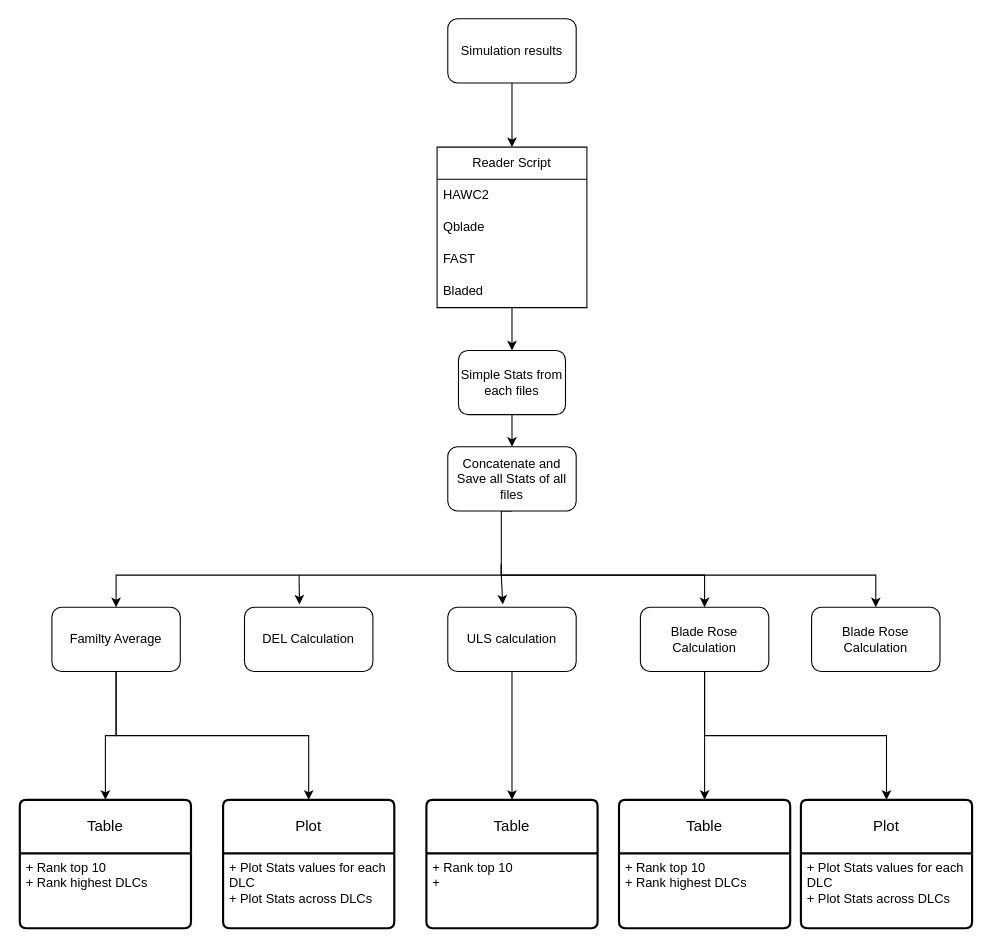
Above: docs/Load_Arena.drawio in arash7444/load-arena (draw.io), before the change. Source tidied: cells renumbered, new cells numbered last; positions are measured from the earlier drawing's top-left corner, leaving out a move shared by most shapes. Both pictures are drawn from the tidied source at 107%, with x=0, y=0 at pixel (19, 18).
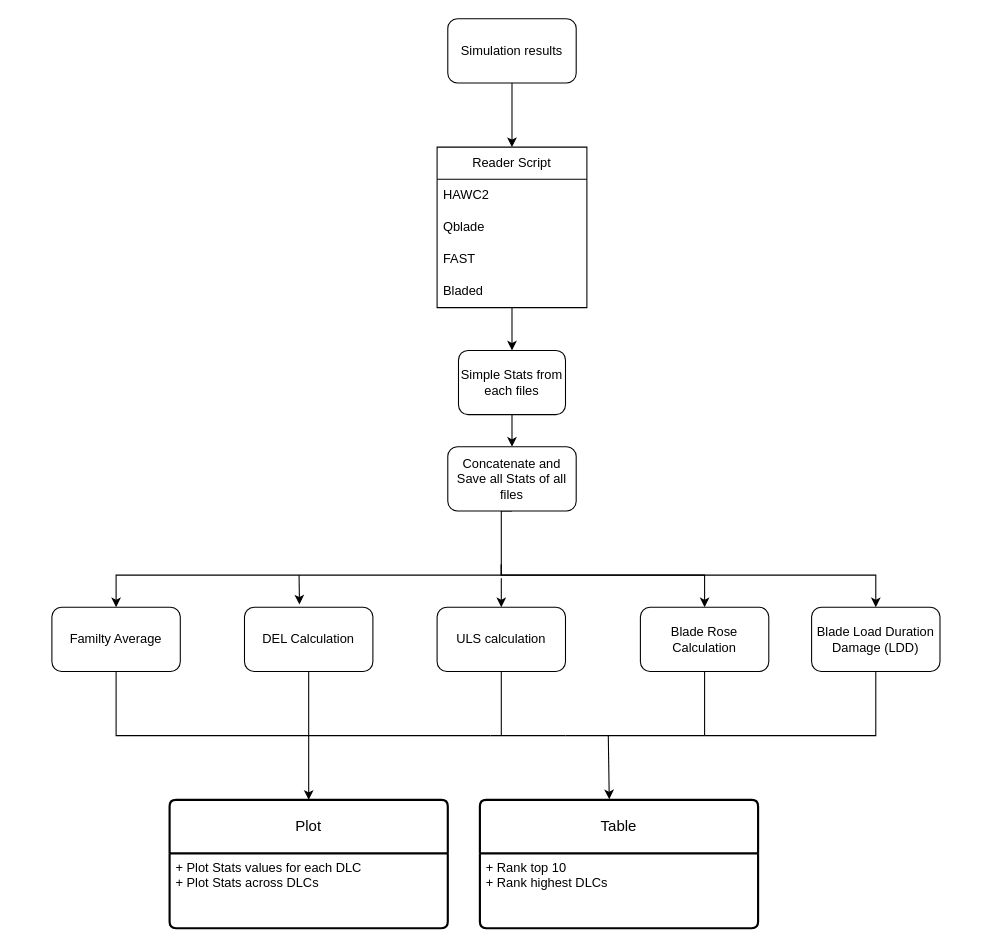
The same diagram, later.

Commit message (it also covers changes not shown here):
small changes in flowchart and data_reader folder

The change refers to these unchanged cells:
```xml
<mxCell id="18" value="Familty Average" style="rounded=1;whiteSpace=wrap;html=1;" parent="1" vertex="1">
  <mxGeometry x="30" y="550" width="120" height="60" as="geometry" />
</mxCell>
<mxCell id="19" value="DEL Calculation" style="rounded=1;whiteSpace=wrap;html=1;" parent="1" vertex="1">
  <mxGeometry x="210" y="550" width="120" height="60" as="geometry" />
</mxCell>
<mxCell id="26" value="Blade Rose Calculation" style="rounded=1;whiteSpace=wrap;html=1;" parent="1" vertex="1">
  <mxGeometry x="580" y="550" width="120" height="60" as="geometry" />
</mxCell>
```

What changed in the source:
```diff
@@
-    <mxCell id="17" style="edgeStyle=orthogonalEdgeStyle;rounded=0;jettySize=auto;html=1;exitX=0.5;exitY=1;exitDx=0;exitDy=0;" parent="1" edge="1" source="18" target="28">
-      <mxGeometry relative="1" as="geometry" />
-    </mxCell>
@@
-    <mxCell id="21" style="edgeStyle=orthogonalEdgeStyle;rounded=0;jettySize=auto;html=1;endArrow=classic;endFill=1;entryX=0.5;entryY=0;entryDx=0;entryDy=0;" parent="1" edge="1" source="22" target="30">
-      <mxGeometry relative="1" as="geometry" />
-    </mxCell>
     <mxCell id="22" value="ULS calculation" style="rounded=1;whiteSpace=wrap;html=1;" parent="1" vertex="1">
-      <mxGeometry x="400" y="550" width="120" height="60" as="geometry" />
+      <mxGeometry x="390" y="550" width="120" height="60" as="geometry" />
     </mxCell>
-    <mxCell id="23" style="endArrow=classic;html=1;rounded=0;entryX=0.428;entryY=-0.042;entryDx=0;entryDy=0;entryPerimeter=0;" parent="1" edge="1" target="22">
+    <mxCell id="23" style="endArrow=classic;html=1;rounded=0;" parent="1" edge="1">
       <mxGeometry relative="1" as="geometry">
-        <mxPoint x="450" y="520" as="sourcePoint" />
+        <mxPoint x="450" y="523" as="sourcePoint" />
+        <mxPoint x="450" y="550" as="targetPoint" />
       </mxGeometry>
     </mxCell>
-    <mxCell id="24" style="edgeStyle=orthogonalEdgeStyle;rounded=0;jettySize=auto;html=1;exitX=0.5;exitY=1;exitDx=0;exitDy=0;entryX=0.5;entryY=0;entryDx=0;entryDy=0;" parent="1" edge="1" source="26" target="34">
-      <mxGeometry relative="1" as="geometry" />
-    </mxCell>
-    <mxCell id="25" style="edgeStyle=orthogonalEdgeStyle;rounded=0;jettySize=auto;html=1;exitX=0.5;exitY=1;exitDx=0;exitDy=0;" parent="1" edge="1" source="26" target="36">
-      <mxGeometry relative="1" as="geometry" />
-    </mxCell>
@@
-    <mxCell id="27" value="Blade Rose Calculation" style="rounded=1;whiteSpace=wrap;html=1;" parent="1" vertex="1">
+    <mxCell id="27" value="Blade Load Duration Damage (LDD)" style="rounded=1;whiteSpace=wrap;html=1;" parent="1" vertex="1">
       <mxGeometry x="740" y="550" width="120" height="60" as="geometry" />
     </mxCell>
-    <mxCell id="28" value="Table" style="swimlane;horizontal=1;startSize=50;rounded=1;fontSize=14;fontStyle=0;strokeWidth=2;shadow=0;dashed=0;align=center;arcSize=4;whiteSpace=wrap;html=1;" parent="1" vertex="1">
-      <mxGeometry y="730" width="160" height="120" as="geometry" />
-    </mxCell>
-    <mxCell id="29" value="+ Rank top 10&lt;div&gt;+ Rank highest DLCs&lt;/div&gt;" style="align=left;strokeColor=none;fillColor=none;spacingLeft=4;spacingRight=4;fontSize=12;verticalAlign=top;html=1;whiteSpace=wrap;" parent="28" vertex="1">
-      <mxGeometry y="50" width="160" height="70" as="geometry" />
-    </mxCell>
-    <mxCell id="30" value="Table" style="swimlane;horizontal=1;startSize=50;rounded=1;fontSize=14;fontStyle=0;strokeWidth=2;shadow=0;dashed=0;align=center;arcSize=4;whiteSpace=wrap;html=1;" parent="1" vertex="1">
-      <mxGeometry x="380" y="730" width="160" height="120" as="geometry" />
-    </mxCell>
-    <mxCell id="31" value="+ Rank top 10&lt;div&gt;+&lt;/div&gt;" style="align=left;strokeColor=none;fillColor=none;spacingLeft=4;spacingRight=4;fontSize=12;verticalAlign=top;html=1;whiteSpace=wrap;" parent="30" vertex="1">
-      <mxGeometry y="50" width="160" height="70" as="geometry" />
-    </mxCell>
     <mxCell id="32" value="Plot" style="swimlane;horizontal=1;startSize=50;rounded=1;fontSize=14;fontStyle=0;strokeWidth=2;shadow=0;dashed=0;align=center;arcSize=4;whiteSpace=wrap;html=1;" parent="1" vertex="1">
-      <mxGeometry x="190" y="730" width="160" height="120" as="geometry" />
+      <mxGeometry x="140" y="730" width="260" height="120" as="geometry" />
     </mxCell>
-    <mxCell id="33" value="+ Plot Stats values for each DLC&lt;div&gt;+ Plot Stats across DLCs&lt;/div&gt;&lt;div&gt;&lt;br&gt;&lt;/div&gt;" style="align=left;strokeColor=none;fillColor=none;spacingLeft=4;spacingRight=4;fontSize=12;verticalAlign=top;html=1;whiteSpace=wrap;" parent="32" vertex="1">
-      <mxGeometry y="50" width="160" height="70" as="geometry" />
+    <mxCell id="33" value="+ Plot Stats values for each DLC&lt;div&gt;+ Plot Stats across DLCs&lt;/div&gt;&lt;div&gt;&lt;br&gt;&lt;/div&gt;&lt;div&gt;&lt;br&gt;&lt;/div&gt;" style="align=left;strokeColor=none;fillColor=none;spacingLeft=4;spacingRight=4;fontSize=12;verticalAlign=top;html=1;whiteSpace=wrap;" parent="32" vertex="1">
+      <mxGeometry y="50" width="260" height="70" as="geometry" />
     </mxCell>
     <mxCell id="34" value="Table" style="swimlane;horizontal=1;startSize=50;rounded=1;fontSize=14;fontStyle=0;strokeWidth=2;shadow=0;dashed=0;align=center;arcSize=4;whiteSpace=wrap;html=1;" parent="1" vertex="1">
-      <mxGeometry x="560" y="730" width="160" height="120" as="geometry" />
+      <mxGeometry x="430" y="730" width="260" height="120" as="geometry" />
     </mxCell>
     <mxCell id="35" value="+ Rank top 10&lt;div&gt;+ Rank highest DLCs&lt;/div&gt;" style="align=left;strokeColor=none;fillColor=none;spacingLeft=4;spacingRight=4;fontSize=12;verticalAlign=top;html=1;whiteSpace=wrap;" parent="34" vertex="1">
-      <mxGeometry y="50" width="160" height="70" as="geometry" />
+      <mxGeometry y="50" width="260" height="70" as="geometry" />
     </mxCell>
-    <mxCell id="36" value="Plot" style="swimlane;horizontal=1;startSize=50;rounded=1;fontSize=14;fontStyle=0;strokeWidth=2;shadow=0;dashed=0;align=center;arcSize=4;whiteSpace=wrap;html=1;" parent="1" vertex="1">
-      <mxGeometry x="730" y="730" width="160" height="120" as="geometry" />
-    </mxCell>
-    <mxCell id="37" value="+ Plot Stats values for each DLC&lt;div&gt;+ Plot Stats across DLCs&lt;/div&gt;&lt;div&gt;&lt;br&gt;&lt;/div&gt;" style="align=left;strokeColor=none;fillColor=none;spacingLeft=4;spacingRight=4;fontSize=12;verticalAlign=top;html=1;whiteSpace=wrap;" parent="36" vertex="1">
-      <mxGeometry y="50" width="160" height="70" as="geometry" />
-    </mxCell>
+    <mxCell id="38" style="endArrow=none;html=1;entryX=0.5;entryY=1;entryDx=0;entryDy=0;rounded=0;curved=0;" parent="1" edge="1" target="27">
+      <mxGeometry relative="1" as="geometry">
+        <mxPoint x="640" y="670" as="sourcePoint" />
+        <Array as="points">
+          <mxPoint x="760" y="670" />
+          <mxPoint x="800" y="670" />
+        </Array>
+      </mxGeometry>
+    </mxCell>
+    <mxCell id="39" style="endArrow=none;html=1;" parent="1" edge="1">
+      <mxGeometry relative="1" as="geometry">
+        <mxPoint x="270" y="670" as="sourcePoint" />
+        <mxPoint x="440" y="670" as="targetPoint" />
+      </mxGeometry>
+    </mxCell>
+    <mxCell id="40" style="endArrow=none;html=1;" parent="1" edge="1">
+      <mxGeometry relative="1" as="geometry">
+        <mxPoint x="510" y="670" as="sourcePoint" />
+        <mxPoint x="440" y="670" as="targetPoint" />
+      </mxGeometry>
+    </mxCell>
+    <mxCell id="41" style="endArrow=none;html=1;entryX=0.5;entryY=1;entryDx=0;entryDy=0;" parent="1" edge="1" target="19">
+      <mxGeometry relative="1" as="geometry">
+        <mxPoint x="270" y="670" as="sourcePoint" />
+      </mxGeometry>
+    </mxCell>
+    <mxCell id="42" style="endArrow=none;html=1;" parent="1" edge="1">
+      <mxGeometry relative="1" as="geometry">
+        <mxPoint x="510" y="670" as="sourcePoint" />
+        <mxPoint x="640" y="670" as="targetPoint" />
+      </mxGeometry>
+    </mxCell>
+    <mxCell id="43" style="endArrow=classic;html=1;entryX=0.465;entryY=-0.004;entryDx=0;entryDy=0;entryPerimeter=0;" parent="1" edge="1" target="34">
+      <mxGeometry relative="1" as="geometry">
+        <mxPoint x="550" y="670" as="sourcePoint" />
+      </mxGeometry>
+    </mxCell>
+    <mxCell id="44" style="endArrow=none;html=1;entryX=0.5;entryY=1;entryDx=0;entryDy=0;" parent="1" edge="1" target="22">
+      <mxGeometry relative="1" as="geometry">
+        <mxPoint x="450" y="670" as="sourcePoint" />
+      </mxGeometry>
+    </mxCell>
+    <mxCell id="45" style="endArrow=none;html=1;entryX=0.5;entryY=1;entryDx=0;entryDy=0;" parent="1" edge="1" target="26">
+      <mxGeometry relative="1" as="geometry">
+        <mxPoint x="640" y="670" as="sourcePoint" />
+      </mxGeometry>
+    </mxCell>
```
